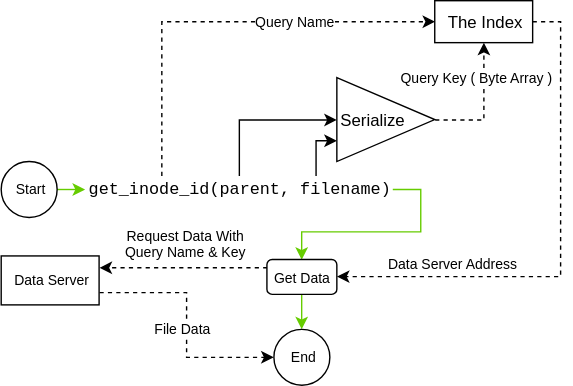
katharostech/PolyFS keeps this draw.io diagram as doc/polyfs-design-paper/assets/dataQueries.svg. Above is the earlier version. Source tidied: cells renumbered, new cells last; positions are measured from the earlier drawing's top-left corner, leaving out a move shared by most shapes. The source it was exported from:
```xml
<mxGraphModel background="#ffffff">
  <root>
    <mxCell id="0" />
    <mxCell id="1" parent="0" />
    <mxCell id="2" style="edgeStyle=orthogonalEdgeStyle;rounded=0;html=1;exitX=0.5;exitY=0;entryX=0;entryY=0.5;jettySize=auto;" parent="1" edge="1" source="7" target="10">
      <mxGeometry relative="1" as="geometry">
        <Array as="points">
          <mxPoint x="170" y="85" />
        </Array>
      </mxGeometry>
    </mxCell>
    <mxCell id="3" style="edgeStyle=orthogonalEdgeStyle;rounded=0;html=1;exitX=0.75;exitY=0;entryX=0;entryY=0.75;jettySize=auto;" parent="1" edge="1" source="7" target="10">
      <mxGeometry relative="1" as="geometry">
        <Array as="points">
          <mxPoint x="225" y="100" />
        </Array>
      </mxGeometry>
    </mxCell>
    <mxCell id="4" style="edgeStyle=orthogonalEdgeStyle;rounded=0;html=1;exitX=0.25;exitY=0;entryX=0;entryY=0.5;jettySize=auto;fontSize=10;dashed=1;" parent="1" edge="1" source="7" target="12">
      <mxGeometry relative="1" as="geometry" />
    </mxCell>
    <mxCell id="5" value="Query Name" style="text;html=1;align=center;verticalAlign=middle;labelBackgroundColor=#ffffff;fontSize=10;" parent="4" vertex="1">
      <mxGeometry x="-0.29" y="-34" relative="1" as="geometry">
        <mxPoint x="61" y="-1.5" as="offset" />
      </mxGeometry>
    </mxCell>
    <mxCell id="6" style="edgeStyle=orthogonalEdgeStyle;rounded=0;html=1;exitX=1;exitY=0.5;jettySize=auto;fontSize=10;entryX=0.5;entryY=0;strokeColor=#66CC00;" parent="1" edge="1" source="7" target="18">
      <mxGeometry relative="1" as="geometry" />
    </mxCell>
    <mxCell id="7" value="&lt;pre&gt;get_inode_id(parent, filename)&lt;/pre&gt;" style="text;html=1;strokeColor=none;fillColor=none;align=center;verticalAlign=middle;whiteSpace=wrap;rounded=0;" parent="1" vertex="1">
      <mxGeometry x="60" y="125" width="220" height="20" as="geometry" />
    </mxCell>
    <mxCell id="8" style="edgeStyle=orthogonalEdgeStyle;rounded=0;html=1;exitX=1;exitY=0.5;jettySize=auto;dashed=1;" parent="1" edge="1" source="10" target="12">
      <mxGeometry relative="1" as="geometry" />
    </mxCell>
    <mxCell id="9" value="Query Key ( Byte Array )" style="text;html=1;align=center;verticalAlign=middle;labelBackgroundColor=#ffffff;fontSize=10;" parent="8" vertex="1">
      <mxGeometry x="-0.23" y="13" relative="1" as="geometry">
        <mxPoint x="8" y="-30.5" as="offset" />
      </mxGeometry>
    </mxCell>
    <mxCell id="10" value="Serialize&lt;br&gt;" style="triangle;whiteSpace=wrap;html=1;align=left;" parent="1" vertex="1">
      <mxGeometry x="240" y="55" width="70" height="60" as="geometry" />
    </mxCell>
    <mxCell id="11" style="edgeStyle=orthogonalEdgeStyle;rounded=0;html=1;exitX=1;exitY=0.5;jettySize=auto;fontSize=10;entryX=1;entryY=0.5;dashed=1;" parent="1" edge="1" source="12" target="18">
      <mxGeometry relative="1" as="geometry">
        <Array as="points">
          <mxPoint x="400" y="15" />
          <mxPoint x="400" y="197" />
        </Array>
      </mxGeometry>
    </mxCell>
    <mxCell id="12" value="The Index" style="rounded=0;whiteSpace=wrap;html=1;align=center;" parent="1" vertex="1">
      <mxGeometry x="310" width="70" height="30" as="geometry" />
    </mxCell>
    <mxCell id="13" style="edgeStyle=orthogonalEdgeStyle;rounded=0;html=1;jettySize=auto;fontSize=10;strokeColor=#66CC00;" parent="1" edge="1" source="14" target="7">
      <mxGeometry relative="1" as="geometry">
        <Array as="points">
          <mxPoint x="50" y="135" />
          <mxPoint x="50" y="135" />
        </Array>
      </mxGeometry>
    </mxCell>
    <mxCell id="14" value="Start" style="ellipse;whiteSpace=wrap;html=1;fontSize=10;align=center;" parent="1" vertex="1">
      <mxGeometry y="115" width="40" height="40" as="geometry" />
    </mxCell>
    <mxCell id="15" value="Data Server Address" style="text;html=1;align=left;verticalAlign=top;spacingTop=-4;fontSize=10;" parent="1" vertex="1">
      <mxGeometry x="275" y="180" width="110" height="10" as="geometry" />
    </mxCell>
    <mxCell id="16" style="edgeStyle=orthogonalEdgeStyle;rounded=0;html=1;exitX=0;exitY=0.25;entryX=1;entryY=0.25;jettySize=auto;fontSize=10;dashed=1;" parent="1" edge="1" source="18" target="21">
      <mxGeometry relative="1" as="geometry" />
    </mxCell>
    <mxCell id="17" style="edgeStyle=orthogonalEdgeStyle;rounded=0;html=1;exitX=0.5;exitY=1;entryX=0.5;entryY=0;jettySize=auto;fontSize=10;strokeColor=#66CC00;" parent="1" edge="1" source="18" target="23">
      <mxGeometry relative="1" as="geometry" />
    </mxCell>
    <mxCell id="18" value="Get Data" style="rounded=1;whiteSpace=wrap;html=1;fontSize=10;align=center;" parent="1" vertex="1">
      <mxGeometry x="190" y="185" width="50" height="25" as="geometry" />
    </mxCell>
    <mxCell id="19" style="edgeStyle=orthogonalEdgeStyle;rounded=0;html=1;exitX=1;exitY=0.75;jettySize=auto;fontSize=10;entryX=0;entryY=0.5;dashed=1;" parent="1" edge="1" source="21" target="23">
      <mxGeometry relative="1" as="geometry" />
    </mxCell>
    <mxCell id="20" value="File Data" style="text;html=1;align=center;verticalAlign=middle;labelBackgroundColor=#ffffff;fontSize=10;" parent="19" vertex="1">
      <mxGeometry x="-0.05" relative="1" as="geometry">
        <mxPoint x="-2.5" y="7" as="offset" />
      </mxGeometry>
    </mxCell>
    <mxCell id="21" value="Data Server" style="rounded=0;whiteSpace=wrap;html=1;fontSize=10;align=center;" parent="1" vertex="1">
      <mxGeometry y="182.5" width="70" height="35" as="geometry" />
    </mxCell>
    <mxCell id="22" value="Request Data With&lt;br&gt;&lt;div style=&quot;text-align: center&quot;&gt;&lt;span&gt;Query Name &amp;amp; Key&lt;/span&gt;&lt;/div&gt;" style="text;html=1;align=center;verticalAlign=top;spacingTop=-4;fontSize=10;" parent="1" vertex="1">
      <mxGeometry x="82" y="160" width="100" height="30" as="geometry" />
    </mxCell>
    <mxCell id="23" value="End" style="ellipse;whiteSpace=wrap;html=1;fontSize=10;align=center;" parent="1" vertex="1">
      <mxGeometry x="195" y="235" width="40" height="40" as="geometry" />
    </mxCell>
  </root>
</mxGraphModel>
```
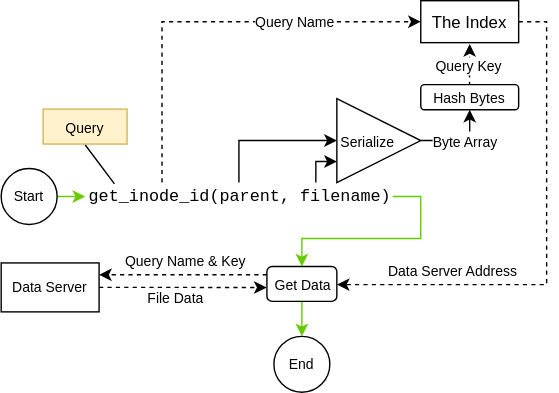
Above is the later version.

Commit message:
Add Documentation On Data Placement

The edit, as a diff of the source:
```diff
@@ -5,23 +5,27 @@
     <mxCell id="2" style="edgeStyle=orthogonalEdgeStyle;rounded=0;html=1;exitX=0.5;exitY=0;entryX=0;entryY=0.5;jettySize=auto;" parent="1" edge="1" source="7" target="10">
       <mxGeometry relative="1" as="geometry">
         <Array as="points">
-          <mxPoint x="170" y="85" />
+          <mxPoint x="170" y="95" />
         </Array>
       </mxGeometry>
     </mxCell>
     <mxCell id="3" style="edgeStyle=orthogonalEdgeStyle;rounded=0;html=1;exitX=0.75;exitY=0;entryX=0;entryY=0.75;jettySize=auto;" parent="1" edge="1" source="7" target="10">
       <mxGeometry relative="1" as="geometry">
         <Array as="points">
-          <mxPoint x="225" y="100" />
+          <mxPoint x="225" y="110" />
         </Array>
       </mxGeometry>
     </mxCell>
-    <mxCell id="4" style="edgeStyle=orthogonalEdgeStyle;rounded=0;html=1;exitX=0.25;exitY=0;entryX=0;entryY=0.5;jettySize=auto;fontSize=10;dashed=1;" parent="1" edge="1" source="7" target="12">
-      <mxGeometry relative="1" as="geometry" />
+    <mxCell id="4" style="edgeStyle=elbowEdgeStyle;rounded=0;html=1;exitX=0.25;exitY=0;entryX=0;entryY=0.5;jettySize=auto;fontSize=10;dashed=1;" parent="1" edge="1" source="7" target="12">
+      <mxGeometry relative="1" as="geometry">
+        <Array as="points">
+          <mxPoint x="115" y="55" />
+        </Array>
+      </mxGeometry>
     </mxCell>
     <mxCell id="5" value="Query Name" style="text;html=1;align=center;verticalAlign=middle;labelBackgroundColor=#ffffff;fontSize=10;" parent="4" vertex="1">
       <mxGeometry x="-0.29" y="-34" relative="1" as="geometry">
-        <mxPoint x="61" y="-1.5" as="offset" />
+        <mxPoint x="61" y="-8.5" as="offset" />
       </mxGeometry>
     </mxCell>
     <mxCell id="6" style="edgeStyle=orthogonalEdgeStyle;rounded=0;html=1;exitX=1;exitY=0.5;jettySize=auto;fontSize=10;entryX=0.5;entryY=0;strokeColor=#66CC00;" parent="1" edge="1" source="7" target="18">
@@ -30,27 +34,25 @@
     <mxCell id="7" value="&lt;pre&gt;get_inode_id(parent, filename)&lt;/pre&gt;" style="text;html=1;strokeColor=none;fillColor=none;align=center;verticalAlign=middle;whiteSpace=wrap;rounded=0;" parent="1" vertex="1">
       <mxGeometry x="60" y="125" width="220" height="20" as="geometry" />
     </mxCell>
-    <mxCell id="8" style="edgeStyle=orthogonalEdgeStyle;rounded=0;html=1;exitX=1;exitY=0.5;jettySize=auto;dashed=1;" parent="1" edge="1" source="10" target="12">
-      <mxGeometry relative="1" as="geometry" />
-    </mxCell>
-    <mxCell id="9" value="Query Key ( Byte Array )" style="text;html=1;align=center;verticalAlign=middle;labelBackgroundColor=#ffffff;fontSize=10;" parent="8" vertex="1">
-      <mxGeometry x="-0.23" y="13" relative="1" as="geometry">
-        <mxPoint x="8" y="-30.5" as="offset" />
-      </mxGeometry>
-    </mxCell>
+    <mxCell id="24" style="edgeStyle=orthogonalEdgeStyle;rounded=0;html=1;exitX=1;exitY=0.5;entryX=0.5;entryY=1;jettySize=auto;" parent="1" edge="1" source="10" target="29">
+      <mxGeometry relative="1" as="geometry" />
+    </mxCell>
+    <mxCell id="25" value="&lt;font style=&quot;font-size: 10px&quot;&gt;Byte Array&lt;/font&gt;" style="text;html=1;align=center;verticalAlign=middle;labelBackgroundColor=#ffffff;" parent="24" vertex="1">
+      <mxGeometry x="0.13" y="1" relative="1" as="geometry" />
+    </mxCell>
-    <mxCell id="10" value="Serialize&lt;br&gt;" style="triangle;whiteSpace=wrap;html=1;align=left;" parent="1" vertex="1">
-      <mxGeometry x="240" y="55" width="70" height="60" as="geometry" />
+    <mxCell id="10" value="&lt;font style=&quot;font-size: 10px&quot;&gt;Serialize&lt;/font&gt;&lt;br&gt;" style="triangle;whiteSpace=wrap;html=1;align=left;" parent="1" vertex="1">
+      <mxGeometry x="240" y="65" width="60" height="60" as="geometry" />
     </mxCell>
-    <mxCell id="11" style="edgeStyle=orthogonalEdgeStyle;rounded=0;html=1;exitX=1;exitY=0.5;jettySize=auto;fontSize=10;entryX=1;entryY=0.5;dashed=1;" parent="1" edge="1" source="12" target="18">
+    <mxCell id="11" style="edgeStyle=elbowEdgeStyle;rounded=0;html=1;exitX=1;exitY=0.5;jettySize=auto;fontSize=10;entryX=1;entryY=0.5;dashed=1;elbow=vertical;" parent="1" edge="1" source="12" target="18">
       <mxGeometry relative="1" as="geometry">
         <Array as="points">
-          <mxPoint x="400" y="15" />
-          <mxPoint x="400" y="197" />
+          <mxPoint x="390" y="115" />
+          <mxPoint x="310" y="197" />
         </Array>
       </mxGeometry>
     </mxCell>
     <mxCell id="12" value="The Index" style="rounded=0;whiteSpace=wrap;html=1;align=center;" parent="1" vertex="1">
-      <mxGeometry x="310" width="70" height="30" as="geometry" />
+      <mxGeometry x="300" y="-5" width="70" height="30" as="geometry" />
     </mxCell>
     <mxCell id="13" style="edgeStyle=orthogonalEdgeStyle;rounded=0;html=1;jettySize=auto;fontSize=10;strokeColor=#66CC00;" parent="1" edge="1" source="14" target="7">
       <mxGeometry relative="1" as="geometry">
@@ -75,8 +77,10 @@
     <mxCell id="18" value="Get Data" style="rounded=1;whiteSpace=wrap;html=1;fontSize=10;align=center;" parent="1" vertex="1">
       <mxGeometry x="190" y="185" width="50" height="25" as="geometry" />
     </mxCell>
-    <mxCell id="19" style="edgeStyle=orthogonalEdgeStyle;rounded=0;html=1;exitX=1;exitY=0.75;jettySize=auto;fontSize=10;entryX=0;entryY=0.5;dashed=1;" parent="1" edge="1" source="21" target="23">
-      <mxGeometry relative="1" as="geometry" />
+    <mxCell id="19" style="edgeStyle=orthogonalEdgeStyle;rounded=0;html=1;exitX=1;exitY=0.5;jettySize=auto;fontSize=10;entryX=0;entryY=0.75;dashed=1;" parent="1" edge="1" source="21">
+      <mxGeometry relative="1" as="geometry">
+        <mxPoint x="189.8" y="200.1" as="targetPoint" />
+      </mxGeometry>
     </mxCell>
     <mxCell id="20" value="File Data" style="text;html=1;align=center;verticalAlign=middle;labelBackgroundColor=#ffffff;fontSize=10;" parent="19" vertex="1">
       <mxGeometry x="-0.05" relative="1" as="geometry">
@@ -86,11 +90,26 @@
     <mxCell id="21" value="Data Server" style="rounded=0;whiteSpace=wrap;html=1;fontSize=10;align=center;" parent="1" vertex="1">
       <mxGeometry y="182.5" width="70" height="35" as="geometry" />
     </mxCell>
-    <mxCell id="22" value="Request Data With&lt;br&gt;&lt;div style=&quot;text-align: center&quot;&gt;&lt;span&gt;Query Name &amp;amp; Key&lt;/span&gt;&lt;/div&gt;" style="text;html=1;align=center;verticalAlign=top;spacingTop=-4;fontSize=10;" parent="1" vertex="1">
-      <mxGeometry x="82" y="160" width="100" height="30" as="geometry" />
+    <mxCell id="22" value="&lt;span&gt;Query Name &amp;amp; Key&lt;/span&gt;&lt;br&gt;" style="text;html=1;align=center;verticalAlign=top;spacingTop=-4;fontSize=10;" parent="1" vertex="1">
+      <mxGeometry x="82" y="172.5" width="100" height="10" as="geometry" />
     </mxCell>
     <mxCell id="23" value="End" style="ellipse;whiteSpace=wrap;html=1;fontSize=10;align=center;" parent="1" vertex="1">
       <mxGeometry x="195" y="235" width="40" height="40" as="geometry" />
     </mxCell>
+    <mxCell id="26" style="html=1;exitX=0.5;exitY=1;entryX=0.095;entryY=0.05;entryPerimeter=0;jettySize=auto;endArrow=none;endFill=0;strokeColor=#000000;rounded=0;" parent="1" edge="1" source="27" target="7">
+      <mxGeometry relative="1" as="geometry" />
+    </mxCell>
+    <mxCell id="27" value="&lt;font style=&quot;font-size: 10px&quot;&gt;Query&lt;/font&gt;" style="rounded=0;whiteSpace=wrap;html=1;fillColor=#fff2cc;strokeColor=#d6b656;" parent="1" vertex="1">
+      <mxGeometry x="30" y="72.5" width="60" height="25" as="geometry" />
+    </mxCell>
+    <mxCell id="28" value="&lt;font style=&quot;font-size: 10px&quot;&gt;Query Key&lt;/font&gt;" style="edgeStyle=orthogonalEdgeStyle;rounded=0;html=1;exitX=0.5;exitY=0;entryX=0.5;entryY=1;jettySize=auto;orthogonalLoop=1;dashed=1;" parent="1" edge="1">
+      <mxGeometry relative="1" as="geometry">
+        <mxPoint x="334.9" y="56" as="sourcePoint" />
+        <mxPoint x="334.9" y="26.3" as="targetPoint" />
+      </mxGeometry>
+    </mxCell>
+    <mxCell id="29" value="&lt;font style=&quot;font-size: 10px&quot;&gt;Hash Bytes&lt;/font&gt;" style="rounded=1;whiteSpace=wrap;html=1;align=center;verticalAlign=middle;" parent="1" vertex="1">
+      <mxGeometry x="300" y="55" width="70" height="18" as="geometry" />
+    </mxCell>
   </root>
 </mxGraphModel>
```
